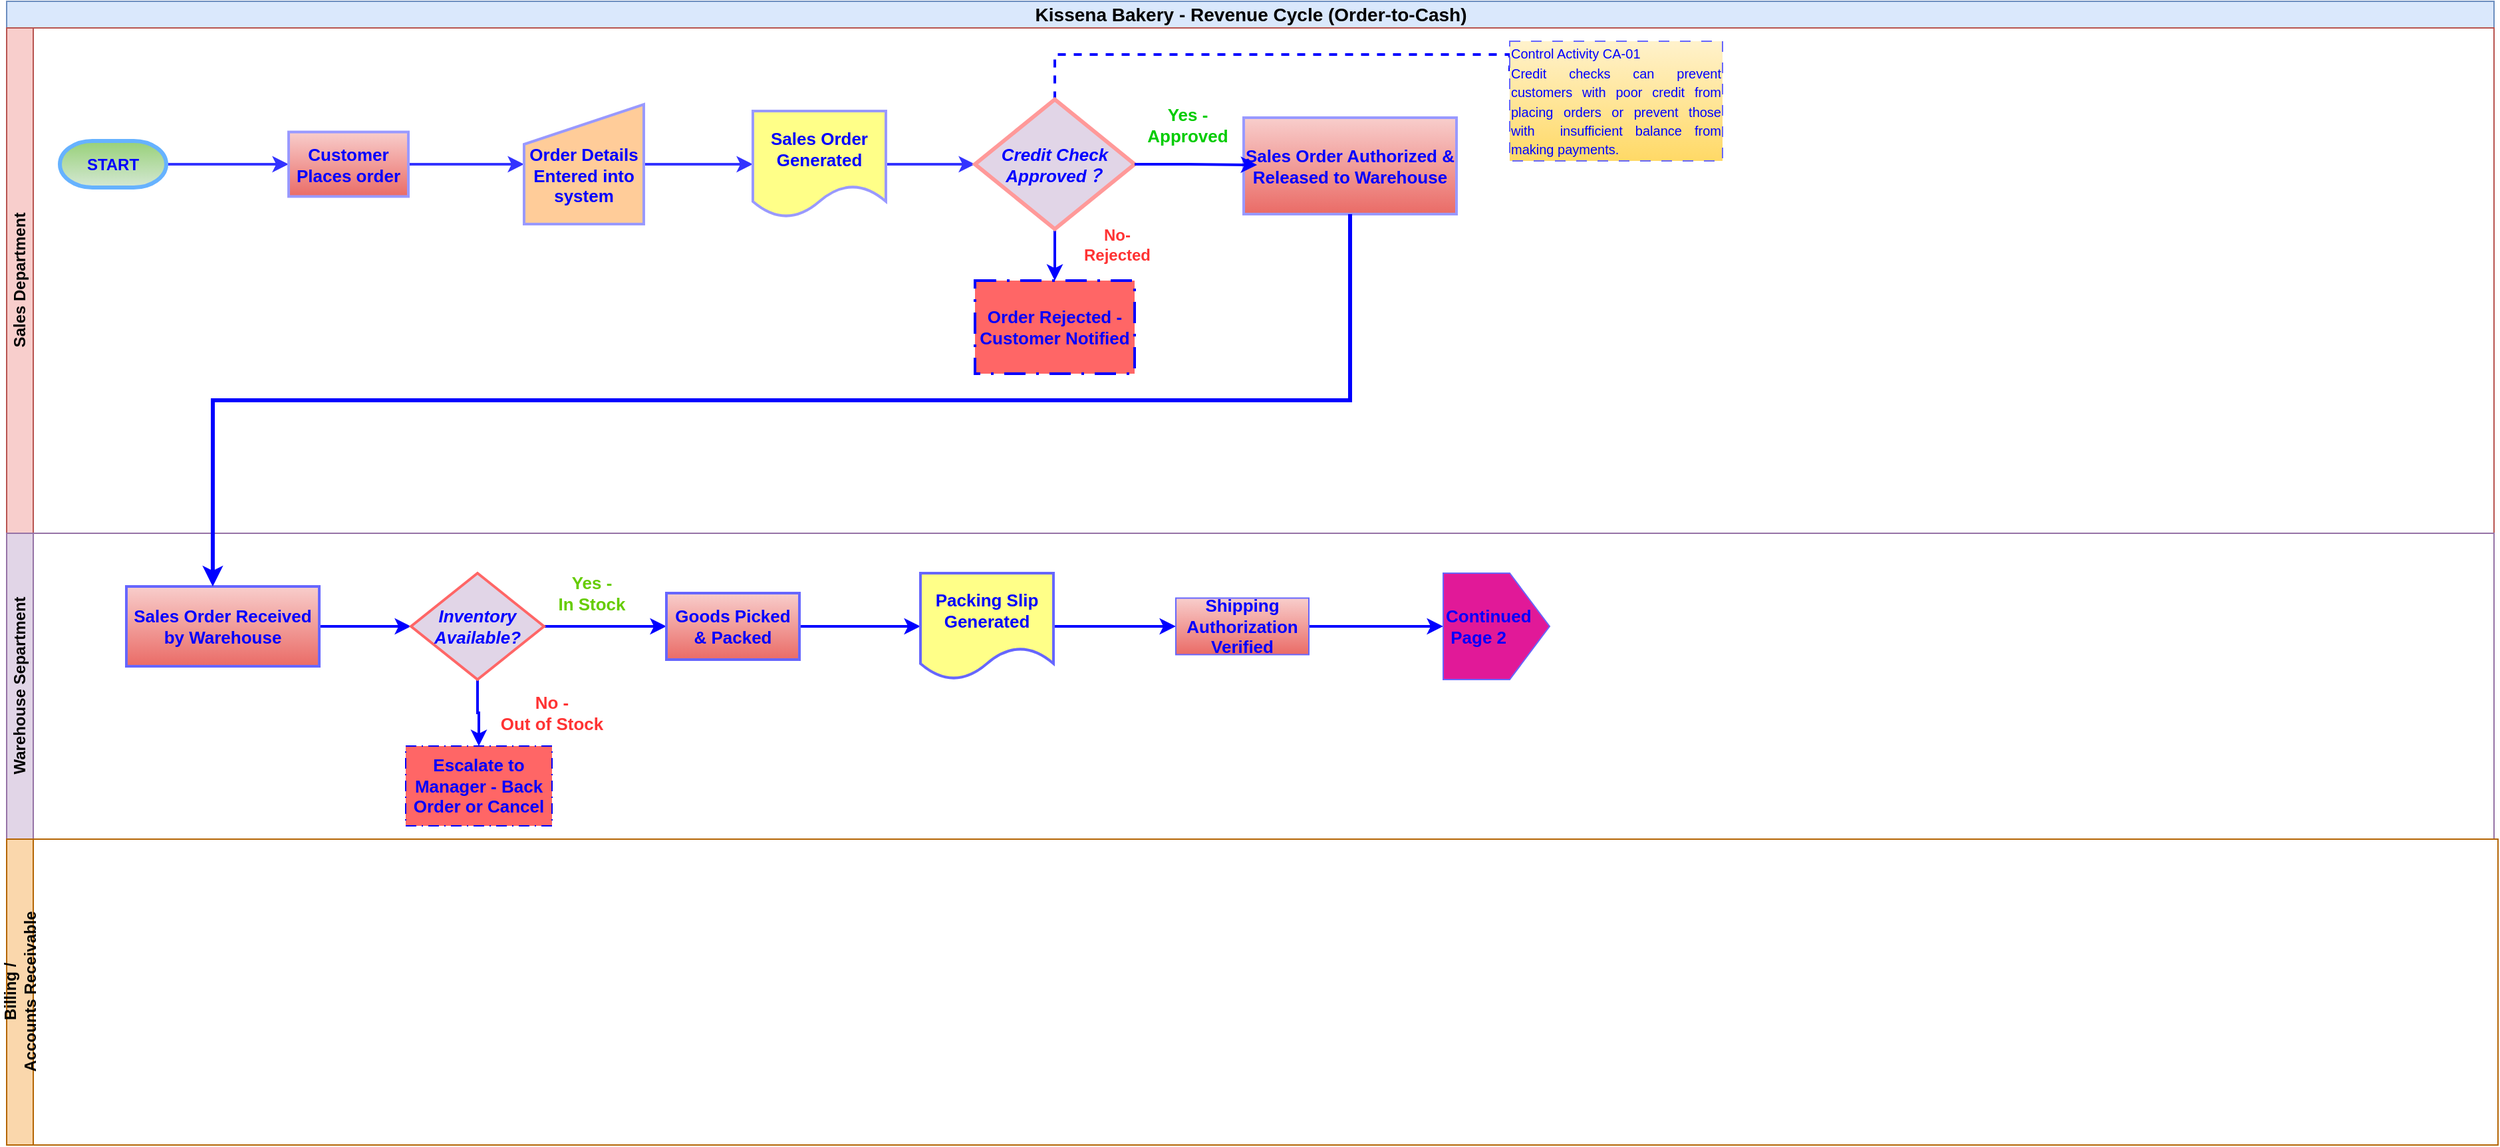
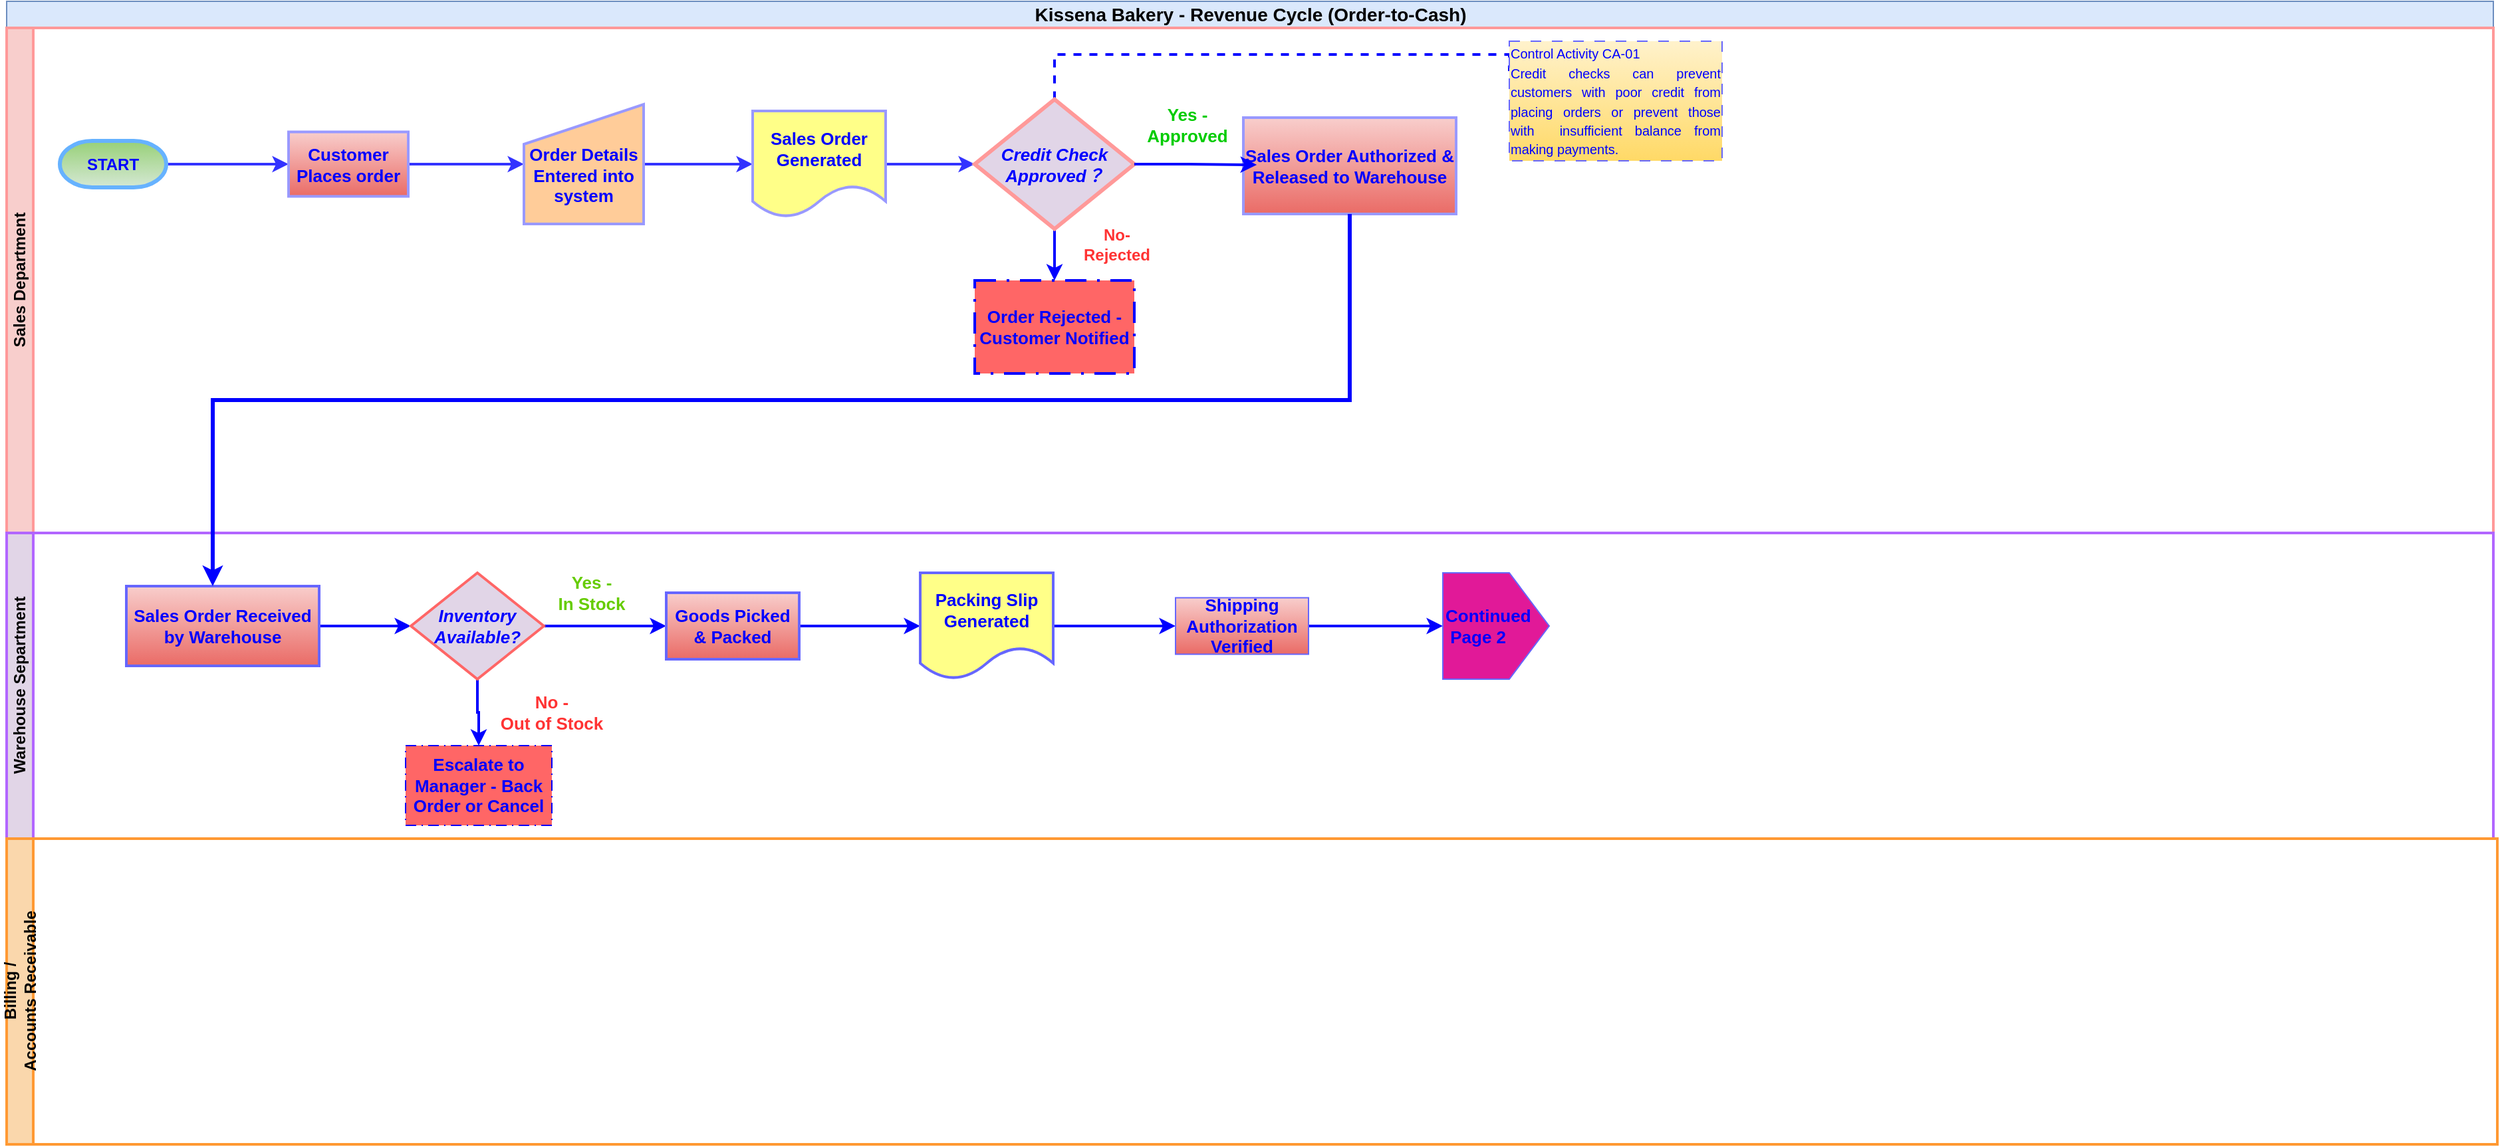
<mxfile host="app.diagrams.net" agent="Mozilla/5.0 (Windows NT 10.0; Win64; x64) AppleWebKit/537.36 (KHTML, like Gecko) Chrome/145.0.0.0 Safari/537.36" version="29.6.4" pages="2">
  <diagram name="Page-1" id="klMabU_GDppZGB9yFFRy">
    <mxGraphModel dx="2431" dy="874" grid="1" gridSize="10" guides="1" tooltips="1" connect="1" arrows="1" fold="1" page="1" pageScale="1" pageWidth="1100" pageHeight="850" math="0" shadow="0">
      <root>
        <mxCell id="0" />
        <mxCell id="1" parent="0" />
        <mxCell id="0vQu63eh7_hz7IOFjZfk-1" parent="1" style="swimlane;childLayout=stackLayout;resizeParent=1;resizeParentMax=0;horizontal=1;startSize=20;horizontalStack=0;html=1;fillColor=#dae8fc;strokeColor=#6c8ebf;" value="&lt;div style=&quot;text-align: start;&quot;&gt;&lt;font style=&quot;font-size: 14px;&quot;&gt;Kissena Bakery - Revenue Cycle (Order-to-Cash)&lt;/font&gt;&lt;/div&gt;" vertex="1">
          <mxGeometry height="20" width="1870" x="80" y="30" as="geometry" />
        </mxCell>
-         <mxCell id="0vQu63eh7_hz7IOFjZfk-2" parent="1" style="swimlane;startSize=20;horizontal=0;html=1;fillColor=#f8cecc;strokeColor=#b85450;" value="Sales Department" vertex="1">
+         <mxCell id="0vQu63eh7_hz7IOFjZfk-2" parent="1" style="swimlane;startSize=20;horizontal=0;html=1;fillColor=#f8cecc;strokeColor=#FF9999;strokeWidth=2;" value="Sales Department" vertex="1">
          <mxGeometry height="380" width="1870" x="80" y="50" as="geometry">
            <mxRectangle height="30" width="610" y="20" as="alternateBounds" />
          </mxGeometry>
        </mxCell>
        <mxCell id="0vQu63eh7_hz7IOFjZfk-43" edge="1" parent="0vQu63eh7_hz7IOFjZfk-2" source="0vQu63eh7_hz7IOFjZfk-10" style="edgeStyle=orthogonalEdgeStyle;rounded=0;orthogonalLoop=1;jettySize=auto;html=1;exitX=0;exitY=0.5;exitDx=0;exitDy=0;exitPerimeter=0;entryX=0;entryY=0.5;entryDx=0;entryDy=0;strokeColor=#3333FF;strokeWidth=2;" target="0vQu63eh7_hz7IOFjZfk-15">
          <mxGeometry relative="1" as="geometry" />
        </mxCell>
        <mxCell id="0vQu63eh7_hz7IOFjZfk-10" parent="0vQu63eh7_hz7IOFjZfk-2" style="strokeWidth=3;html=1;shape=mxgraph.flowchart.terminator;whiteSpace=wrap;direction=west;fillColor=#d5e8d4;gradientColor=#97d077;strokeColor=#66B2FF;" value="&lt;b&gt;&lt;font style=&quot;color: rgb(0, 0, 255);&quot;&gt;START&lt;/font&gt;&lt;/b&gt;" vertex="1">
          <mxGeometry height="35" width="80" x="40" y="85" as="geometry" />
        </mxCell>
        <mxCell id="46-Umk2mzS9Czotzx1H9-2" edge="1" parent="0vQu63eh7_hz7IOFjZfk-2" source="0vQu63eh7_hz7IOFjZfk-15" style="edgeStyle=orthogonalEdgeStyle;rounded=0;orthogonalLoop=1;jettySize=auto;html=1;exitX=1;exitY=0.5;exitDx=0;exitDy=0;entryX=0;entryY=0.5;entryDx=0;entryDy=0;strokeColor=#3333FF;strokeWidth=2;" target="0vQu63eh7_hz7IOFjZfk-20">
          <mxGeometry relative="1" as="geometry" />
        </mxCell>
        <mxCell id="0vQu63eh7_hz7IOFjZfk-15" parent="0vQu63eh7_hz7IOFjZfk-2" style="html=1;dashed=0;whiteSpace=wrap;strokeWidth=2;fillColor=#f8cecc;strokeColor=#9999FF;gradientColor=#ea6b66;" value="&lt;font style=&quot;font-size: 13px; color: rgb(0, 0, 255);&quot;&gt;&lt;b style=&quot;&quot;&gt;Customer Places order&lt;/b&gt;&lt;/font&gt;" vertex="1">
          <mxGeometry height="48.5" width="90" x="212" y="78.25" as="geometry" />
        </mxCell>
        <mxCell id="46-Umk2mzS9Czotzx1H9-3" edge="1" parent="0vQu63eh7_hz7IOFjZfk-2" source="0vQu63eh7_hz7IOFjZfk-20" style="edgeStyle=orthogonalEdgeStyle;rounded=0;orthogonalLoop=1;jettySize=auto;html=1;exitX=1;exitY=0.5;exitDx=0;exitDy=0;entryX=0;entryY=0.5;entryDx=0;entryDy=0;strokeColor=#3333FF;strokeWidth=2;" target="0vQu63eh7_hz7IOFjZfk-30">
          <mxGeometry relative="1" as="geometry" />
        </mxCell>
        <mxCell id="0vQu63eh7_hz7IOFjZfk-20" parent="0vQu63eh7_hz7IOFjZfk-2" style="shape=manualInput;whiteSpace=wrap;html=1;align=center;fillColor=#ffcc99;strokeColor=#9999FF;strokeWidth=2;" value="&lt;div style=&quot;&quot;&gt;&lt;span style=&quot;background-color: transparent;&quot;&gt;&lt;b style=&quot;&quot;&gt;&lt;font style=&quot;font-size: 13px; color: rgb(0, 0, 255);&quot;&gt;&lt;br&gt;&lt;/font&gt;&lt;/b&gt;&lt;/span&gt;&lt;/div&gt;&lt;div style=&quot;&quot;&gt;&lt;span style=&quot;background-color: transparent;&quot;&gt;&lt;b style=&quot;&quot;&gt;&lt;font style=&quot;font-size: 13px; color: rgb(0, 0, 255);&quot;&gt;Order Details Entered into system&lt;/font&gt;&lt;/b&gt;&lt;/span&gt;&lt;/div&gt;" vertex="1">
          <mxGeometry height="90" width="90" x="389" y="57.5" as="geometry" />
        </mxCell>
        <mxCell id="0vQu63eh7_hz7IOFjZfk-35" edge="1" parent="0vQu63eh7_hz7IOFjZfk-2" style="edgeStyle=orthogonalEdgeStyle;rounded=0;orthogonalLoop=1;jettySize=auto;html=1;exitX=0;exitY=0.5;exitDx=0;exitDy=0;">
          <mxGeometry relative="1" as="geometry">
            <mxPoint x="410" y="105" as="sourcePoint" />
            <mxPoint x="410" y="105" as="targetPoint" />
          </mxGeometry>
        </mxCell>
        <mxCell id="46-Umk2mzS9Czotzx1H9-4" edge="1" parent="0vQu63eh7_hz7IOFjZfk-2" source="0vQu63eh7_hz7IOFjZfk-30" style="edgeStyle=orthogonalEdgeStyle;rounded=0;orthogonalLoop=1;jettySize=auto;html=1;exitX=1;exitY=0.5;exitDx=0;exitDy=0;entryX=0;entryY=0.5;entryDx=0;entryDy=0;strokeColor=#3333FF;strokeWidth=2;" target="0vQu63eh7_hz7IOFjZfk-34">
          <mxGeometry relative="1" as="geometry" />
        </mxCell>
        <mxCell id="0vQu63eh7_hz7IOFjZfk-30" parent="0vQu63eh7_hz7IOFjZfk-2" style="shape=document;whiteSpace=wrap;html=1;boundedLbl=1;strokeWidth=2;fillColor=#ffff88;strokeColor=#9999FF;" value="&lt;font style=&quot;font-size: 13px; color: rgb(0, 0, 255);&quot;&gt;&lt;b&gt;Sales Order Generated&lt;/b&gt;&lt;/font&gt;" vertex="1">
          <mxGeometry height="80" width="100" x="561" y="62.5" as="geometry" />
        </mxCell>
        <mxCell id="pGH0SQg9JUakCyH8bkGQ-28" edge="1" parent="0vQu63eh7_hz7IOFjZfk-2" source="0vQu63eh7_hz7IOFjZfk-34" style="edgeStyle=orthogonalEdgeStyle;rounded=0;orthogonalLoop=1;jettySize=auto;html=1;exitX=0.5;exitY=0;exitDx=0;exitDy=0;entryX=0;entryY=0.25;entryDx=0;entryDy=0;endArrow=none;endFill=0;dashed=1;strokeWidth=2;strokeColor=#0000FF;" target="pGH0SQg9JUakCyH8bkGQ-23">
          <mxGeometry relative="1" as="geometry">
            <Array as="points">
              <mxPoint x="788" y="20" />
              <mxPoint x="1130" y="20" />
            </Array>
          </mxGeometry>
        </mxCell>
        <mxCell id="DywWvH4VDf4e1SjyT3sU-2" edge="1" parent="0vQu63eh7_hz7IOFjZfk-2" source="0vQu63eh7_hz7IOFjZfk-34" style="edgeStyle=orthogonalEdgeStyle;rounded=0;orthogonalLoop=1;jettySize=auto;html=1;exitX=0.5;exitY=1;exitDx=0;exitDy=0;entryX=0.5;entryY=0;entryDx=0;entryDy=0;strokeColor=#0000FF;strokeWidth=2;" target="0vQu63eh7_hz7IOFjZfk-65">
          <mxGeometry relative="1" as="geometry" />
        </mxCell>
        <mxCell id="0vQu63eh7_hz7IOFjZfk-34" parent="0vQu63eh7_hz7IOFjZfk-2" style="rhombus;whiteSpace=wrap;html=1;fillColor=#e1d5e7;strokeColor=#FF9999;strokeWidth=3;" value="&lt;font style=&quot;font-size: 13px; color: rgb(0, 0, 255);&quot;&gt;&lt;b&gt;&lt;i&gt;Credit Check Approved？&lt;/i&gt;&lt;/b&gt;&lt;/font&gt;" vertex="1">
          <mxGeometry height="97.5" width="120" x="728" y="53.75" as="geometry" />
        </mxCell>
        <mxCell id="0vQu63eh7_hz7IOFjZfk-60" parent="0vQu63eh7_hz7IOFjZfk-2" style="text;html=1;whiteSpace=wrap;strokeColor=none;fillColor=none;align=center;verticalAlign=middle;rounded=0;fontColor=#00CC00;" value="&lt;font style=&quot;font-size: 13px;&quot;&gt;&lt;b style=&quot;&quot;&gt;Yes - Approved&lt;/b&gt;&lt;/font&gt;" vertex="1">
          <mxGeometry height="30" width="80" x="848" y="57.5" as="geometry" />
        </mxCell>
        <mxCell id="0vQu63eh7_hz7IOFjZfk-65" parent="0vQu63eh7_hz7IOFjZfk-2" style="html=1;dashed=1;whiteSpace=wrap;strokeWidth=2;fillColor=light-dark(#FF6666,#FF3333);strokeColor=#0000FF;fontColor=#ffffff;fontStyle=1;dashPattern=8 4 1 4;" value="&lt;font style=&quot;font-size: 13px; color: rgb(0, 0, 255);&quot;&gt;Order Rejected - Customer Notified&lt;/font&gt;" vertex="1">
          <mxGeometry height="70" width="120" x="728" y="190" as="geometry" />
        </mxCell>
        <mxCell id="0vQu63eh7_hz7IOFjZfk-67" parent="0vQu63eh7_hz7IOFjZfk-2" style="html=1;dashed=0;whiteSpace=wrap;fillColor=#f8cecc;gradientColor=#ea6b66;strokeColor=#9999FF;strokeWidth=2;" value="&lt;font style=&quot;font-size: 13px; color: rgb(0, 0, 255);&quot;&gt;&lt;b&gt;Sales Order Authorized &amp;amp; Released to Warehouse&lt;/b&gt;&lt;/font&gt;" vertex="1">
          <mxGeometry height="72.5" width="160" x="930" y="67.5" as="geometry" />
        </mxCell>
        <mxCell id="pGH0SQg9JUakCyH8bkGQ-23" parent="0vQu63eh7_hz7IOFjZfk-2" style="html=1;dashed=1;whiteSpace=wrap;dashPattern=8 8;fillColor=#fff2cc;gradientColor=#ffd966;strokeColor=light-dark(#6666FF,#6D5100);strokeWidth=1;" value="&lt;div style=&quot;text-align: justify;&quot;&gt;&lt;span style=&quot;font-size: 10px; background-color: transparent;&quot;&gt;&lt;font style=&quot;color: rgb(0, 0, 255);&quot;&gt;Control Activity&amp;nbsp;CA-01&lt;/font&gt;&lt;/span&gt;&lt;/div&gt;&lt;font style=&quot;color: rgb(0, 0, 255);&quot;&gt;&lt;div style=&quot;text-align: justify;&quot;&gt;&lt;span style=&quot;font-size: 10px; background-color: transparent;&quot;&gt;Credit checks can prevent customers with poor credit from placing orders or prevent those with&amp;nbsp; insufficient balance from making payments.&lt;/span&gt;&lt;/div&gt;&lt;/font&gt;" vertex="1">
          <mxGeometry height="90" width="160" x="1130" y="10" as="geometry" />
        </mxCell>
        <mxCell id="DywWvH4VDf4e1SjyT3sU-3" parent="0vQu63eh7_hz7IOFjZfk-2" style="text;html=1;whiteSpace=wrap;strokeColor=none;fillColor=none;align=center;verticalAlign=middle;rounded=0;fontSize=12;fontStyle=1;fontColor=#FF3333;" value="&lt;span&gt;&lt;font style=&quot;&quot;&gt;No-Rejected&lt;/font&gt;&lt;/span&gt;" vertex="1">
          <mxGeometry height="30" width="70" x="800" y="147.5" as="geometry" />
        </mxCell>
        <mxCell id="G1smnQENkRiUrPdJOTDi-3" edge="1" parent="0vQu63eh7_hz7IOFjZfk-2" source="0vQu63eh7_hz7IOFjZfk-34" style="edgeStyle=orthogonalEdgeStyle;rounded=0;orthogonalLoop=1;jettySize=auto;html=1;exitX=1;exitY=0.5;exitDx=0;exitDy=0;entryX=0.063;entryY=0.49;entryDx=0;entryDy=0;entryPerimeter=0;strokeColor=#0000FF;strokeWidth=2;" target="0vQu63eh7_hz7IOFjZfk-67">
          <mxGeometry relative="1" as="geometry" />
        </mxCell>
-         <mxCell id="0vQu63eh7_hz7IOFjZfk-3" parent="1" style="swimlane;startSize=20;horizontal=0;html=1;fillColor=#e1d5e7;strokeColor=#9673a6;" value="Warehouse Separtment" vertex="1">
+         <mxCell id="0vQu63eh7_hz7IOFjZfk-3" parent="1" style="swimlane;startSize=20;horizontal=0;html=1;fillColor=#e1d5e7;strokeColor=#B266FF;strokeWidth=2;" value="Warehouse Separtment" vertex="1">
          <mxGeometry height="230" width="1870" x="80" y="430" as="geometry" />
        </mxCell>
        <mxCell id="pGH0SQg9JUakCyH8bkGQ-32" edge="1" parent="0vQu63eh7_hz7IOFjZfk-3" source="0vQu63eh7_hz7IOFjZfk-73" style="edgeStyle=orthogonalEdgeStyle;rounded=0;orthogonalLoop=1;jettySize=auto;html=1;exitX=1;exitY=0.5;exitDx=0;exitDy=0;entryX=0;entryY=0.5;entryDx=0;entryDy=0;strokeColor=#0000FF;strokeWidth=2;" target="0vQu63eh7_hz7IOFjZfk-92">
          <mxGeometry relative="1" as="geometry" />
        </mxCell>
        <mxCell id="0vQu63eh7_hz7IOFjZfk-73" parent="0vQu63eh7_hz7IOFjZfk-3" style="html=1;dashed=0;whiteSpace=wrap;fillColor=#f8cecc;gradientColor=#ea6b66;strokeColor=#6666FF;strokeWidth=2;" value="&lt;font style=&quot;font-size: 13px; color: rgb(0, 0, 255);&quot;&gt;&lt;b&gt;Sales Order Received by Warehouse&lt;/b&gt;&lt;/font&gt;" vertex="1">
          <mxGeometry height="60" width="145" x="90" y="40" as="geometry" />
        </mxCell>
        <mxCell id="pGH0SQg9JUakCyH8bkGQ-31" edge="1" parent="0vQu63eh7_hz7IOFjZfk-3" source="0vQu63eh7_hz7IOFjZfk-92" style="edgeStyle=orthogonalEdgeStyle;rounded=0;orthogonalLoop=1;jettySize=auto;html=1;exitX=1;exitY=0.5;exitDx=0;exitDy=0;entryX=0;entryY=0.5;entryDx=0;entryDy=0;strokeColor=#0000FF;strokeWidth=2;" target="0vQu63eh7_hz7IOFjZfk-106">
          <mxGeometry relative="1" as="geometry" />
        </mxCell>
        <mxCell id="pGH0SQg9JUakCyH8bkGQ-34" edge="1" parent="0vQu63eh7_hz7IOFjZfk-3" source="0vQu63eh7_hz7IOFjZfk-92" style="edgeStyle=orthogonalEdgeStyle;rounded=0;orthogonalLoop=1;jettySize=auto;html=1;exitX=0.5;exitY=1;exitDx=0;exitDy=0;entryX=0.5;entryY=0;entryDx=0;entryDy=0;strokeColor=#0000FF;strokeWidth=2;" target="0vQu63eh7_hz7IOFjZfk-96">
          <mxGeometry relative="1" as="geometry" />
        </mxCell>
        <mxCell id="0vQu63eh7_hz7IOFjZfk-92" parent="0vQu63eh7_hz7IOFjZfk-3" style="rhombus;whiteSpace=wrap;html=1;fillColor=#e1d5e7;strokeColor=light-dark(#FF6666,#FF3333);strokeWidth=2;" value="&lt;font style=&quot;font-size: 13px; color: rgb(0, 0, 255);&quot;&gt;&lt;b&gt;&lt;i&gt;Inventory Available?&lt;/i&gt;&lt;/b&gt;&lt;/font&gt;" vertex="1">
          <mxGeometry height="80" width="100" x="304" y="30" as="geometry" />
        </mxCell>
        <mxCell id="0vQu63eh7_hz7IOFjZfk-96" parent="0vQu63eh7_hz7IOFjZfk-3" style="html=1;dashed=1;whiteSpace=wrap;fillColor=#FF6666;strokeColor=#0000FF;fontColor=#ffffff;dashPattern=8 4 1 4;" value="&lt;b&gt;&lt;font style=&quot;font-size: 13px; color: rgb(0, 0, 255);&quot;&gt;Escalate to Manager - Back Order or Cancel&lt;/font&gt;&lt;/b&gt;" vertex="1">
          <mxGeometry height="60" width="110" x="300" y="160" as="geometry" />
        </mxCell>
        <mxCell id="46-Umk2mzS9Czotzx1H9-6" edge="1" parent="0vQu63eh7_hz7IOFjZfk-3" source="0vQu63eh7_hz7IOFjZfk-106" style="edgeStyle=orthogonalEdgeStyle;rounded=0;orthogonalLoop=1;jettySize=auto;html=1;exitX=1;exitY=0.5;exitDx=0;exitDy=0;entryX=0;entryY=0.5;entryDx=0;entryDy=0;strokeColor=#0000FF;strokeWidth=2;" target="0vQu63eh7_hz7IOFjZfk-110">
          <mxGeometry relative="1" as="geometry" />
        </mxCell>
        <mxCell id="0vQu63eh7_hz7IOFjZfk-106" parent="0vQu63eh7_hz7IOFjZfk-3" style="html=1;dashed=0;whiteSpace=wrap;strokeWidth=2;fillColor=#f8cecc;gradientColor=#ea6b66;strokeColor=#6666FF;" value="&lt;font style=&quot;font-size: 13px; color: rgb(0, 0, 255);&quot;&gt;&lt;b&gt;Goods Picked &amp;amp; Packed&lt;/b&gt;&lt;/font&gt;" vertex="1">
          <mxGeometry height="50" width="100" x="496" y="45" as="geometry" />
        </mxCell>
        <mxCell id="46-Umk2mzS9Czotzx1H9-8" edge="1" parent="0vQu63eh7_hz7IOFjZfk-3" source="0vQu63eh7_hz7IOFjZfk-110" style="edgeStyle=orthogonalEdgeStyle;rounded=0;orthogonalLoop=1;jettySize=auto;html=1;exitX=1;exitY=0.5;exitDx=0;exitDy=0;entryX=0;entryY=0.5;entryDx=0;entryDy=0;strokeColor=#0000FF;strokeWidth=2;" target="0vQu63eh7_hz7IOFjZfk-112">
          <mxGeometry relative="1" as="geometry" />
        </mxCell>
        <mxCell id="0vQu63eh7_hz7IOFjZfk-110" parent="0vQu63eh7_hz7IOFjZfk-3" style="shape=document;whiteSpace=wrap;html=1;boundedLbl=1;strokeWidth=2;fillColor=#ffff88;strokeColor=#6666FF;" value="&lt;font style=&quot;font-size: 13px; color: rgb(0, 0, 255);&quot;&gt;&lt;b&gt;Packing Slip Generated&lt;/b&gt;&lt;/font&gt;" vertex="1">
          <mxGeometry height="80" width="100" x="687" y="30" as="geometry" />
        </mxCell>
        <mxCell id="G1smnQENkRiUrPdJOTDi-2" edge="1" parent="0vQu63eh7_hz7IOFjZfk-3" source="0vQu63eh7_hz7IOFjZfk-112" style="edgeStyle=orthogonalEdgeStyle;rounded=0;orthogonalLoop=1;jettySize=auto;html=1;exitX=1;exitY=0.5;exitDx=0;exitDy=0;entryX=0.5;entryY=0;entryDx=0;entryDy=0;strokeColor=#0000FF;strokeWidth=2;" target="G1smnQENkRiUrPdJOTDi-1">
          <mxGeometry relative="1" as="geometry" />
        </mxCell>
        <mxCell id="0vQu63eh7_hz7IOFjZfk-112" parent="0vQu63eh7_hz7IOFjZfk-3" style="html=1;dashed=0;whiteSpace=wrap;strokeColor=#6666FF;fillColor=#f8cecc;gradientColor=#ea6b66;fontStyle=1" value="&lt;font style=&quot;font-size: 13px; color: rgb(0, 0, 255);&quot;&gt;Shipping Authorization Verified&lt;/font&gt;" vertex="1">
          <mxGeometry height="42.5" width="100" x="879" y="48.75" as="geometry" />
        </mxCell>
        <mxCell id="0vQu63eh7_hz7IOFjZfk-98" parent="0vQu63eh7_hz7IOFjZfk-3" style="text;html=1;whiteSpace=wrap;strokeColor=none;fillColor=none;align=center;verticalAlign=middle;rounded=0;fontColor=#FF3333;" value="&lt;font style=&quot;font-size: 13px;&quot;&gt;&lt;b&gt;No - &lt;br&gt;Out of Stock&lt;/b&gt;&lt;/font&gt;" vertex="1">
          <mxGeometry height="30" width="80" x="370" y="120" as="geometry" />
        </mxCell>
        <mxCell id="G1smnQENkRiUrPdJOTDi-1" parent="0vQu63eh7_hz7IOFjZfk-3" style="shape=offPageConnector;whiteSpace=wrap;html=1;direction=north;strokeColor=#6666FF;fillColor=#E11998;align=left;" value="&lt;b style=&quot;color: rgb(0, 0, 255); font-size: 13px; text-wrap-mode: nowrap;&quot;&gt;Continued&lt;br&gt;&amp;nbsp;Page 2&lt;/b&gt;" vertex="1">
          <mxGeometry height="80" width="80" x="1080" y="30" as="geometry" />
        </mxCell>
        <mxCell id="0vQu63eh7_hz7IOFjZfk-86" edge="1" parent="1" source="0vQu63eh7_hz7IOFjZfk-67" style="edgeStyle=orthogonalEdgeStyle;rounded=0;orthogonalLoop=1;jettySize=auto;html=1;exitX=0.5;exitY=1;exitDx=0;exitDy=0;entryX=0.448;entryY=0;entryDx=0;entryDy=0;entryPerimeter=0;fontColor=#0000CC;strokeColor=#0000FF;strokeWidth=3;" target="0vQu63eh7_hz7IOFjZfk-73">
          <mxGeometry relative="1" as="geometry">
            <Array as="points">
              <mxPoint x="1090" y="330" />
              <mxPoint x="235" y="330" />
            </Array>
          </mxGeometry>
        </mxCell>
-         <mxCell id="0vQu63eh7_hz7IOFjZfk-4" parent="1" style="swimlane;startSize=20;horizontal=0;html=1;fillColor=#fad7ac;strokeColor=#b46504;" value="Billing /&lt;br&gt;Accounts Receivable" vertex="1">
+         <mxCell id="0vQu63eh7_hz7IOFjZfk-4" parent="1" style="swimlane;startSize=20;horizontal=0;html=1;fillColor=#fad7ac;strokeColor=#FF9933;strokeWidth=2;" value="Billing /&lt;br&gt;Accounts Receivable" vertex="1">
          <mxGeometry height="230" width="1873" x="80" y="660" as="geometry">
            <mxRectangle height="30" width="500" y="310" as="alternateBounds" />
          </mxGeometry>
        </mxCell>
        <mxCell id="46-Umk2mzS9Czotzx1H9-12" parent="1" style="text;html=1;whiteSpace=wrap;strokeColor=none;fillColor=none;align=center;verticalAlign=middle;rounded=0;" value="&lt;b style=&quot;color: rgb(102, 204, 0);&quot;&gt;&lt;font style=&quot;font-size: 13px;&quot;&gt;Yes -&lt;br&gt;In Stock&lt;/font&gt;&lt;/b&gt;" vertex="1">
          <mxGeometry height="30" width="80" x="480" y="460" as="geometry" />
        </mxCell>
      </root>
    </mxGraphModel>
  </diagram>
  <diagram id="ZDdy4ylPSpOC2Ge6VpiW" name="Page-2">
    <mxGraphModel dx="2066" dy="743" grid="1" gridSize="10" guides="1" tooltips="1" connect="1" arrows="1" fold="1" page="1" pageScale="1" pageWidth="1100" pageHeight="850" math="0" shadow="0">
      <root>
        <mxCell id="0" />
        <mxCell id="1" parent="0" />
-         <mxCell id="_GW_QHAqRueJzuYdTQVs-1" parent="1" style="swimlane;startSize=20;horizontal=0;html=1;fillColor=#e1d5e7;strokeColor=#9673a6;" value="Warehouse Separtment" vertex="1">
+         <mxCell id="_GW_QHAqRueJzuYdTQVs-1" parent="1" style="swimlane;startSize=20;horizontal=0;html=1;fillColor=#e1d5e7;strokeColor=#9933FF;strokeWidth=2;" value="Warehouse Separtment" vertex="1">
          <mxGeometry height="270" width="1330" x="110" y="150" as="geometry" />
        </mxCell>
        <mxCell id="JTW380UVqBL9k5zzlviH-1" parent="_GW_QHAqRueJzuYdTQVs-1" style="html=1;dashed=0;whiteSpace=wrap;fillColor=#f8cecc;gradientColor=#ea6b66;strokeColor=#6666FF;" value="&lt;font style=&quot;font-size: 13px; color: rgb(0, 0, 255);&quot;&gt;&lt;b&gt;Goods Dispatched to Customer&lt;/b&gt;&lt;/font&gt;" vertex="1">
          <mxGeometry height="50" width="100" x="220" y="75" as="geometry" />
        </mxCell>
        <mxCell id="Y0x97Svv89Kf0asxUhHi-3" edge="1" parent="_GW_QHAqRueJzuYdTQVs-1" source="Y0x97Svv89Kf0asxUhHi-1" style="edgeStyle=orthogonalEdgeStyle;rounded=0;orthogonalLoop=1;jettySize=auto;html=1;exitX=0.5;exitY=1;exitDx=0;exitDy=0;entryX=0;entryY=0.5;entryDx=0;entryDy=0;strokeWidth=2;strokeColor=#0000FF;" target="JTW380UVqBL9k5zzlviH-1">
          <mxGeometry relative="1" as="geometry" />
        </mxCell>
        <mxCell id="Y0x97Svv89Kf0asxUhHi-1" parent="_GW_QHAqRueJzuYdTQVs-1" style="shape=offPageConnector;whiteSpace=wrap;html=1;direction=north;strokeColor=#6666FF;fillColor=#E11998;align=left;" value="&lt;b style=&quot;color: rgb(0, 0, 255); font-size: 13px; text-wrap-mode: nowrap;&quot;&gt;Continued&lt;br&gt;&amp;nbsp;Page 2&lt;/b&gt;" vertex="1">
          <mxGeometry height="80" width="80" x="70" y="60" as="geometry" />
        </mxCell>
-         <mxCell id="VSqCA1LAcqbEIX1a-AIG-1" parent="1" style="swimlane;startSize=20;horizontal=0;html=1;whiteSpace=wrap;fillColor=#ffcc99;strokeColor=#36393d;" value="&lt;span style=&quot;text-wrap-mode: nowrap;&quot;&gt;Billing /&lt;/span&gt;&lt;br style=&quot;text-wrap-mode: nowrap;&quot;&gt;&lt;span style=&quot;text-wrap-mode: nowrap;&quot;&gt;Accounts Receivable&lt;/span&gt;" vertex="1">
+         <mxCell id="VSqCA1LAcqbEIX1a-AIG-1" parent="1" style="swimlane;startSize=20;horizontal=0;html=1;whiteSpace=wrap;fillColor=#ffcc99;strokeColor=#FF9933;strokeWidth=2;" value="&lt;span style=&quot;text-wrap-mode: nowrap;&quot;&gt;Billing /&lt;/span&gt;&lt;br style=&quot;text-wrap-mode: nowrap;&quot;&gt;&lt;span style=&quot;text-wrap-mode: nowrap;&quot;&gt;Accounts Receivable&lt;/span&gt;" vertex="1">
          <mxGeometry height="170" width="1330" x="110" y="420" as="geometry" />
        </mxCell>
-         <mxCell id="KsxiR5SY5I83CpnIQ7mC-4" edge="1" parent="VSqCA1LAcqbEIX1a-AIG-1" source="2IOCe_ZcG10jMQKezpJ2-1" style="edgeStyle=orthogonalEdgeStyle;rounded=0;orthogonalLoop=1;jettySize=auto;html=1;exitX=1;exitY=0.5;exitDx=0;exitDy=0;entryX=0;entryY=0.5;entryDx=0;entryDy=0;strokeColor=#0000FF;" target="2IOCe_ZcG10jMQKezpJ2-2">
+         <mxCell id="KsxiR5SY5I83CpnIQ7mC-4" edge="1" parent="VSqCA1LAcqbEIX1a-AIG-1" source="2IOCe_ZcG10jMQKezpJ2-1" style="edgeStyle=orthogonalEdgeStyle;rounded=0;orthogonalLoop=1;jettySize=auto;html=1;exitX=1;exitY=0.5;exitDx=0;exitDy=0;entryX=0;entryY=0.5;entryDx=0;entryDy=0;strokeColor=#0000FF;strokeWidth=2;" target="2IOCe_ZcG10jMQKezpJ2-2">
          <mxGeometry relative="1" as="geometry" />
        </mxCell>
        <mxCell id="2IOCe_ZcG10jMQKezpJ2-1" parent="VSqCA1LAcqbEIX1a-AIG-1" style="html=1;dashed=0;whiteSpace=wrap;strokeWidth=2;fillColor=#f8cecc;gradientColor=#ea6b66;strokeColor=#6666FF;" value="&lt;b&gt;&lt;font style=&quot;font-size: 13px; color: rgb(0, 0, 255);&quot;&gt;Dispatch Confirmation Received&lt;/font&gt;&lt;/b&gt;" vertex="1">
          <mxGeometry height="50" width="100" x="50" y="50" as="geometry" />
        </mxCell>
-         <mxCell id="KsxiR5SY5I83CpnIQ7mC-5" edge="1" parent="VSqCA1LAcqbEIX1a-AIG-1" source="2IOCe_ZcG10jMQKezpJ2-2" style="edgeStyle=orthogonalEdgeStyle;rounded=0;orthogonalLoop=1;jettySize=auto;html=1;exitX=1;exitY=0.5;exitDx=0;exitDy=0;entryX=0;entryY=0.5;entryDx=0;entryDy=0;strokeColor=#0000FF;" target="dAGMuh-EUK1Y8pTE6-PC-2">
+         <mxCell id="KsxiR5SY5I83CpnIQ7mC-5" edge="1" parent="VSqCA1LAcqbEIX1a-AIG-1" source="2IOCe_ZcG10jMQKezpJ2-2" style="edgeStyle=orthogonalEdgeStyle;rounded=0;orthogonalLoop=1;jettySize=auto;html=1;exitX=1;exitY=0.5;exitDx=0;exitDy=0;entryX=0;entryY=0.5;entryDx=0;entryDy=0;strokeColor=#0000FF;strokeWidth=2;" target="dAGMuh-EUK1Y8pTE6-PC-2">
          <mxGeometry relative="1" as="geometry" />
        </mxCell>
        <mxCell id="2IOCe_ZcG10jMQKezpJ2-2" parent="VSqCA1LAcqbEIX1a-AIG-1" style="shape=document;whiteSpace=wrap;html=1;boundedLbl=1;fillColor=#ffff88;strokeColor=#6666FF;strokeWidth=2;" value="&lt;font style=&quot;font-size: 13px; color: rgb(0, 0, 255);&quot;&gt;&lt;b&gt;Invoice Generated &amp;amp; Sent to Customer&lt;/b&gt;&lt;/font&gt;" vertex="1">
          <mxGeometry height="80" width="120" x="229" y="35" as="geometry" />
        </mxCell>
-         <mxCell id="KsxiR5SY5I83CpnIQ7mC-6" edge="1" parent="VSqCA1LAcqbEIX1a-AIG-1" source="dAGMuh-EUK1Y8pTE6-PC-2" style="edgeStyle=orthogonalEdgeStyle;rounded=0;orthogonalLoop=1;jettySize=auto;html=1;exitX=1;exitY=0.5;exitDx=0;exitDy=0;entryX=0;entryY=0.5;entryDx=0;entryDy=0;strokeColor=#0000FF;" target="dAGMuh-EUK1Y8pTE6-PC-4">
+         <mxCell id="KsxiR5SY5I83CpnIQ7mC-6" edge="1" parent="VSqCA1LAcqbEIX1a-AIG-1" source="dAGMuh-EUK1Y8pTE6-PC-2" style="edgeStyle=orthogonalEdgeStyle;rounded=0;orthogonalLoop=1;jettySize=auto;html=1;exitX=1;exitY=0.5;exitDx=0;exitDy=0;entryX=0;entryY=0.5;entryDx=0;entryDy=0;strokeColor=#0000FF;strokeWidth=2;" target="dAGMuh-EUK1Y8pTE6-PC-4">
          <mxGeometry relative="1" as="geometry" />
        </mxCell>
        <mxCell id="dAGMuh-EUK1Y8pTE6-PC-2" parent="VSqCA1LAcqbEIX1a-AIG-1" style="html=1;dashed=0;whiteSpace=wrap;strokeWidth=2;fillColor=#f8cecc;gradientColor=#ea6b66;strokeColor=#6666FF;" value="&lt;b&gt;&lt;font style=&quot;font-size: 13px; color: rgb(0, 0, 255);&quot;&gt;Payment Received from Customer&lt;/font&gt;&lt;/b&gt;" vertex="1">
          <mxGeometry height="50" width="110" x="423" y="50" as="geometry" />
        </mxCell>
-         <mxCell id="KsxiR5SY5I83CpnIQ7mC-8" edge="1" parent="VSqCA1LAcqbEIX1a-AIG-1" source="dAGMuh-EUK1Y8pTE6-PC-4" style="edgeStyle=orthogonalEdgeStyle;rounded=0;orthogonalLoop=1;jettySize=auto;html=1;exitX=1;exitY=0.5;exitDx=0;exitDy=0;entryX=0;entryY=0.5;entryDx=0;entryDy=0;strokeColor=#0000FF;" target="dAGMuh-EUK1Y8pTE6-PC-6">
+         <mxCell id="KsxiR5SY5I83CpnIQ7mC-8" edge="1" parent="VSqCA1LAcqbEIX1a-AIG-1" source="dAGMuh-EUK1Y8pTE6-PC-4" style="edgeStyle=orthogonalEdgeStyle;rounded=0;orthogonalLoop=1;jettySize=auto;html=1;exitX=1;exitY=0.5;exitDx=0;exitDy=0;entryX=0;entryY=0.5;entryDx=0;entryDy=0;strokeColor=#0000FF;strokeWidth=2;" target="dAGMuh-EUK1Y8pTE6-PC-6">
          <mxGeometry relative="1" as="geometry" />
        </mxCell>
        <mxCell id="dAGMuh-EUK1Y8pTE6-PC-4" parent="VSqCA1LAcqbEIX1a-AIG-1" style="shape=document;whiteSpace=wrap;html=1;boundedLbl=1;fillColor=#ffff88;strokeColor=#6666FF;strokeWidth=2;" value="&lt;font style=&quot;font-size: 13px; color: rgb(0, 0, 255);&quot;&gt;&lt;b&gt;Remittance Advice Recorded&lt;/b&gt;&lt;/font&gt;" vertex="1">
          <mxGeometry height="75" width="110" x="611" y="37.5" as="geometry" />
        </mxCell>
        <mxCell id="dAGMuh-EUK1Y8pTE6-PC-6" parent="VSqCA1LAcqbEIX1a-AIG-1" style="html=1;dashed=0;whiteSpace=wrap;strokeWidth=2;fillColor=#f8cecc;gradientColor=#ea6b66;strokeColor=#6666FF;" value="&lt;b&gt;&lt;font style=&quot;font-size: 13px; color: rgb(0, 0, 255);&quot;&gt;Cash Posted to Accounts Receivable&lt;/font&gt;&lt;/b&gt;" vertex="1">
          <mxGeometry height="50" width="110" x="800" y="50" as="geometry" />
        </mxCell>
        <mxCell id="dAGMuh-EUK1Y8pTE6-PC-8" parent="VSqCA1LAcqbEIX1a-AIG-1" style="strokeWidth=2;html=1;shape=mxgraph.flowchart.terminator;whiteSpace=wrap;fillColor=#d5e8d4;gradientColor=#97d077;strokeColor=#66B2FF;" value="&lt;font style=&quot;font-size: 13px; color: rgb(0, 0, 255);&quot;&gt;&lt;b&gt;END&lt;/b&gt;&lt;/font&gt;" vertex="1">
          <mxGeometry height="45" width="90" x="980" y="50" as="geometry" />
        </mxCell>
-         <mxCell id="KsxiR5SY5I83CpnIQ7mC-10" edge="1" parent="VSqCA1LAcqbEIX1a-AIG-1" source="dAGMuh-EUK1Y8pTE6-PC-6" style="edgeStyle=orthogonalEdgeStyle;rounded=0;orthogonalLoop=1;jettySize=auto;html=1;exitX=1;exitY=0.5;exitDx=0;exitDy=0;entryX=0.111;entryY=0.556;entryDx=0;entryDy=0;entryPerimeter=0;strokeColor=#0000FF;" target="dAGMuh-EUK1Y8pTE6-PC-8">
+         <mxCell id="uHHicwT-v_B4AunEQLIp-2" edge="1" parent="VSqCA1LAcqbEIX1a-AIG-1" source="dAGMuh-EUK1Y8pTE6-PC-6" style="edgeStyle=orthogonalEdgeStyle;rounded=0;orthogonalLoop=1;jettySize=auto;html=1;exitX=1;exitY=0.5;exitDx=0;exitDy=0;entryX=0.111;entryY=0.556;entryDx=0;entryDy=0;entryPerimeter=0;strokeWidth=2;strokeColor=#0000FF;" target="dAGMuh-EUK1Y8pTE6-PC-8">
          <mxGeometry relative="1" as="geometry" />
        </mxCell>
        <mxCell id="dAGMuh-EUK1Y8pTE6-PC-10" edge="1" parent="1" source="JTW380UVqBL9k5zzlviH-1" style="edgeStyle=orthogonalEdgeStyle;rounded=0;orthogonalLoop=1;jettySize=auto;html=1;exitX=0.5;exitY=1;exitDx=0;exitDy=0;entryX=0.5;entryY=0;entryDx=0;entryDy=0;strokeColor=#0000FF;strokeWidth=3;" target="2IOCe_ZcG10jMQKezpJ2-1">
          <mxGeometry relative="1" as="geometry" />
        </mxCell>
      </root>
    </mxGraphModel>
  </diagram>
</mxfile>
